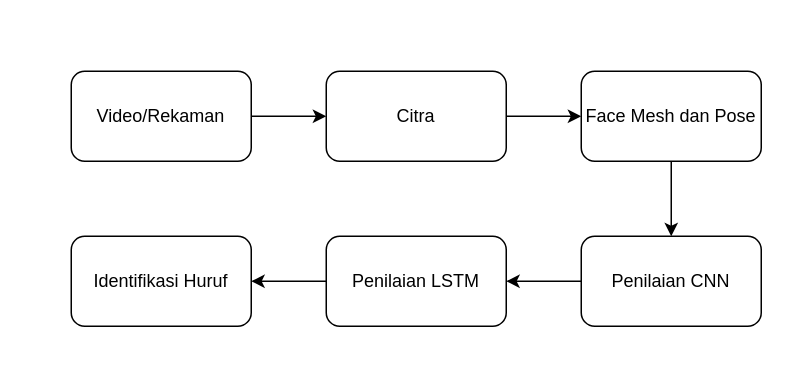
Above: metodologi-thesis-v2.drawio in DaffaMage/daffa-diagrams (draw.io), before the change. Source tidied: cells renumbered, new cells numbered last; positions are measured from the earlier drawing's top-left corner, leaving out a move shared by most shapes. Both pictures are drawn from the tidied source at 150%, with x=0, y=0 at pixel (70, 70).
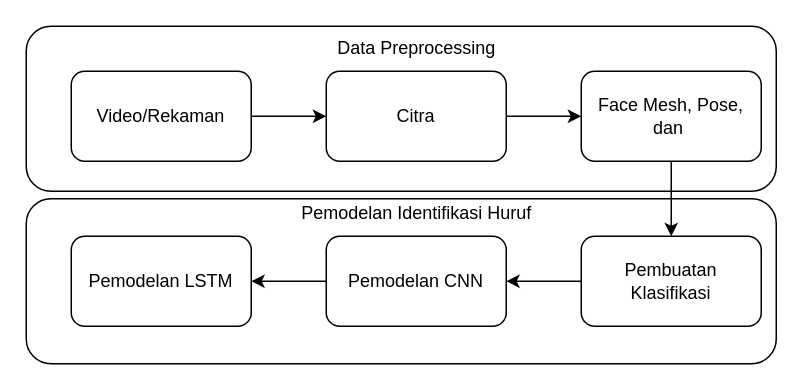
The same diagram, later.

Change to the diagram source:
```diff
@@
 <mxGraphModel>
   <root>
     <mxCell id="0" />
     <mxCell id="1" parent="0" />
+    <mxCell id="13" style="rounded=1;whiteSpace=wrap;html=1;" parent="1" vertex="1">
+      <mxGeometry x="-30" y="85" width="500" height="110" as="geometry" />
+    </mxCell>
+    <mxCell id="14" style="rounded=1;whiteSpace=wrap;html=1;" parent="1" vertex="1">
+      <mxGeometry x="-30" y="-30" width="500" height="110" as="geometry" />
+    </mxCell>
     <mxCell id="2" style="edgeStyle=orthogonalEdgeStyle;rounded=0;jettySize=auto;html=1;" parent="1" edge="1" source="3" target="5">
       <mxGeometry relative="1" as="geometry" />
     </mxCell>
     <mxCell id="3" value="Video/Rekaman" style="rounded=1;whiteSpace=wrap;html=1;" parent="1" vertex="1">
       <mxGeometry width="120" height="60" as="geometry" />
     </mxCell>
     <mxCell id="4" style="edgeStyle=orthogonalEdgeStyle;rounded=0;jettySize=auto;html=1;" parent="1" edge="1" source="5" target="7">
       <mxGeometry relative="1" as="geometry" />
     </mxCell>
     <mxCell id="5" value="Citra" style="rounded=1;whiteSpace=wrap;html=1;" parent="1" vertex="1">
       <mxGeometry x="170" width="120" height="60" as="geometry" />
     </mxCell>
     <mxCell id="6" style="edgeStyle=orthogonalEdgeStyle;rounded=0;jettySize=auto;html=1;" parent="1" edge="1" source="7" target="9">
       <mxGeometry relative="1" as="geometry" />
     </mxCell>
-    <mxCell id="7" value="Face Mesh dan Pose" style="rounded=1;whiteSpace=wrap;html=1;" parent="1" vertex="1">
+    <mxCell id="7" value="Face Mesh, Pose, dan&amp;nbsp;" style="rounded=1;whiteSpace=wrap;html=1;" parent="1" vertex="1">
       <mxGeometry x="340" width="120" height="60" as="geometry" />
     </mxCell>
     <mxCell id="8" style="edgeStyle=orthogonalEdgeStyle;rounded=0;jettySize=auto;html=1;" parent="1" edge="1" source="9" target="11">
       <mxGeometry relative="1" as="geometry" />
     </mxCell>
-    <mxCell id="9" value="Penilaian CNN" style="rounded=1;whiteSpace=wrap;html=1;" parent="1" vertex="1">
+    <mxCell id="9" value="Pembuatan Klasifikasi" style="rounded=1;whiteSpace=wrap;html=1;" parent="1" vertex="1">
       <mxGeometry x="340" y="110" width="120" height="60" as="geometry" />
     </mxCell>
     <mxCell id="10" style="edgeStyle=orthogonalEdgeStyle;rounded=0;jettySize=auto;html=1;" parent="1" edge="1" source="11" target="12">
       <mxGeometry relative="1" as="geometry" />
     </mxCell>
-    <mxCell id="11" value="Penilaian LSTM" style="rounded=1;whiteSpace=wrap;html=1;" parent="1" vertex="1">
+    <mxCell id="11" value="Pemodelan CNN" style="rounded=1;whiteSpace=wrap;html=1;" parent="1" vertex="1">
       <mxGeometry x="170" y="110" width="120" height="60" as="geometry" />
     </mxCell>
-    <mxCell id="12" value="Identifikasi Huruf" style="rounded=1;whiteSpace=wrap;html=1;" parent="1" vertex="1">
+    <mxCell id="12" value="Pemodelan LSTM" style="rounded=1;whiteSpace=wrap;html=1;" parent="1" vertex="1">
       <mxGeometry y="110" width="120" height="60" as="geometry" />
     </mxCell>
+    <mxCell id="15" value="Data Preprocessing" style="text;html=1;strokeColor=none;fillColor=none;align=center;verticalAlign=middle;whiteSpace=wrap;rounded=0;" parent="1" vertex="1">
+      <mxGeometry x="167.5" y="-30" width="125" height="30" as="geometry" />
+    </mxCell>
+    <mxCell id="16" value="Pemodelan Identifikasi Huruf" style="text;html=1;strokeColor=none;fillColor=none;align=center;verticalAlign=middle;whiteSpace=wrap;rounded=0;" parent="1" vertex="1">
+      <mxGeometry x="143.8" y="80" width="172.5" height="30" as="geometry" />
+    </mxCell>
   </root>
 </mxGraphModel>
```
